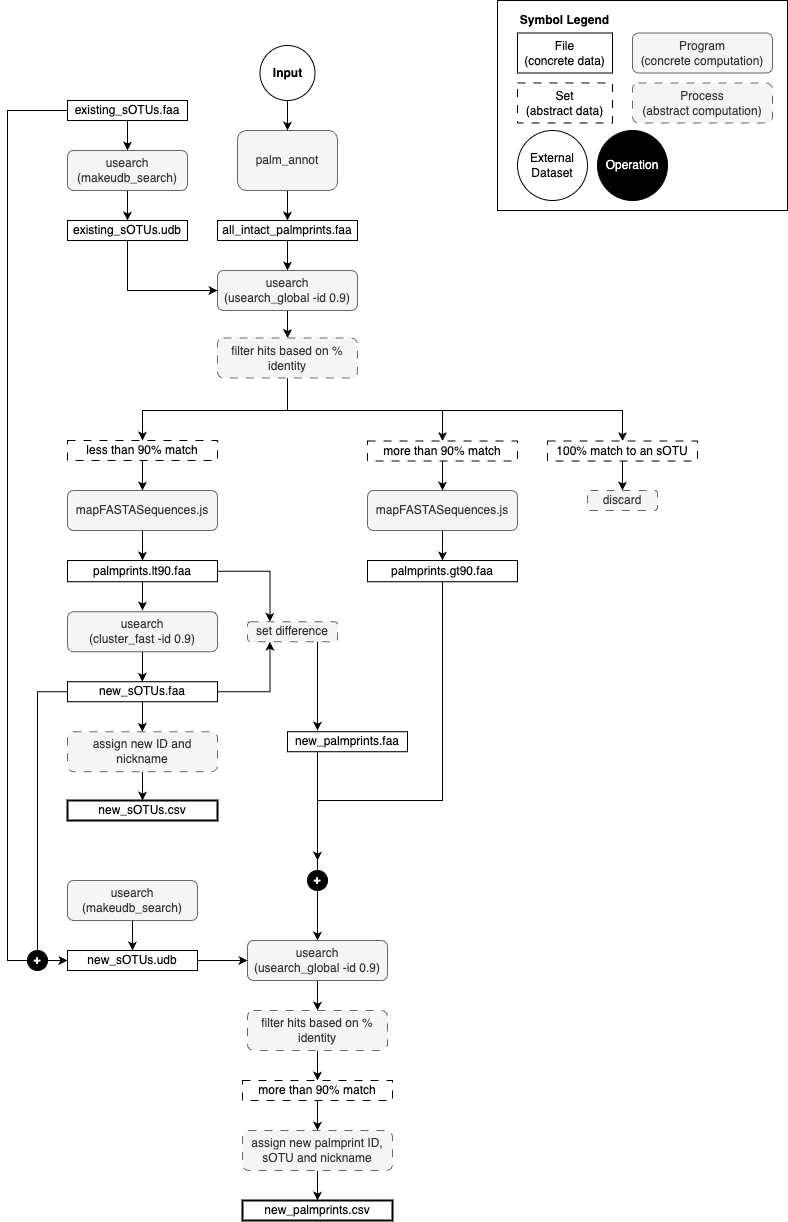
Earlier version of the draw.io export script/palmdb/sOTU Assigment Workflow.png (serratus-bio/logan-backend). Source tidied: cells renumbered, new cells last; positions are measured from the earlier drawing's top-left corner, leaving out a move shared by most shapes.
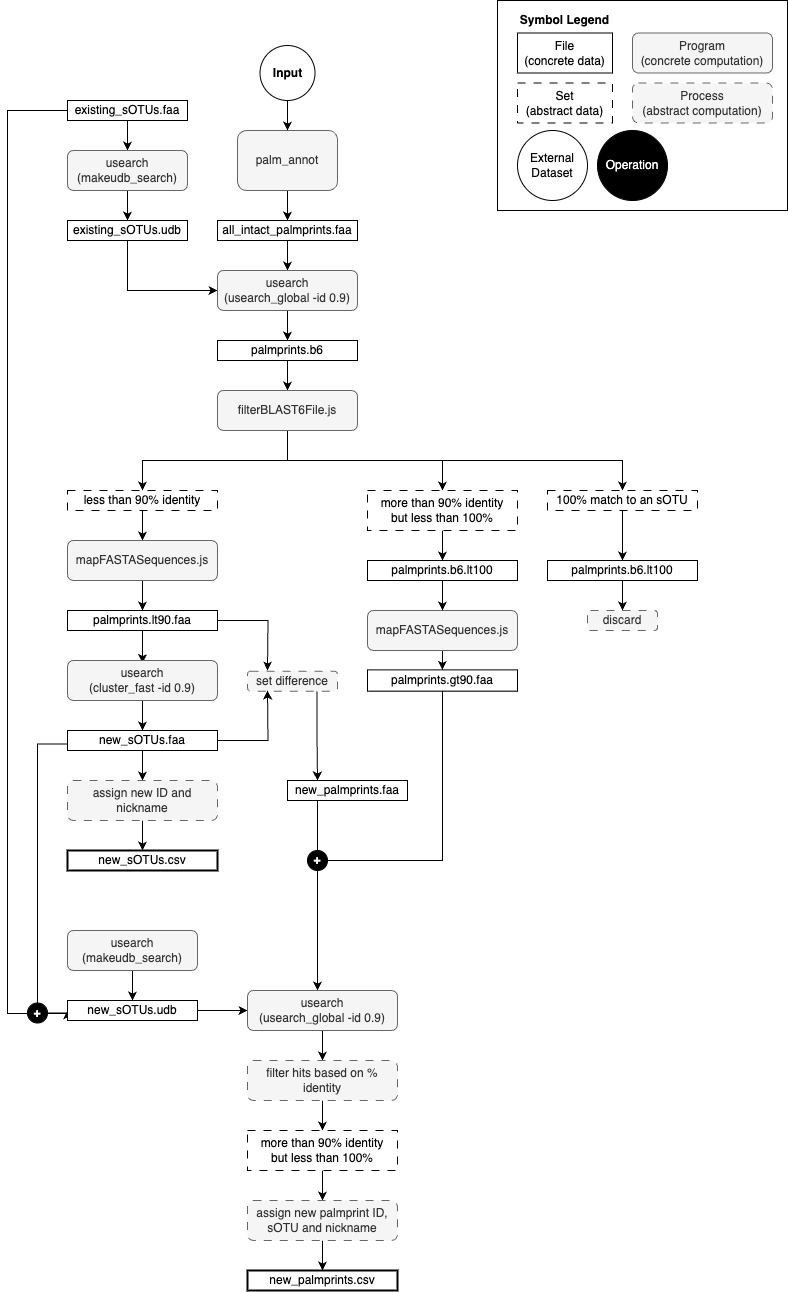
The same diagram one commit later.

What changed in the source:
```diff
@@ -34,3 +34,4 @@
           <mxPoint y="110" />
-          <mxPoint y="960" />
+          <mxPoint y="1013" />
+          <mxPoint x="60" y="1013" />
         </Array>
@@ -57,5 +58,5 @@
     </mxCell>
-    <mxCell id="16" style="edgeStyle=orthogonalEdgeStyle;rounded=0;jettySize=auto;html=1;entryX=0.5;entryY=0;entryDx=0;entryDy=0;" parent="1" edge="1" source="17" target="29">
-      <mxGeometry relative="1" as="geometry" />
-    </mxCell>
+    <mxCell id="73" style="edgeStyle=orthogonalEdgeStyle;rounded=0;jettySize=auto;html=1;entryX=0.5;entryY=0;entryDx=0;entryDy=0;" parent="1" edge="1" source="17" target="80">
+      <mxGeometry relative="1" as="geometry" />
+    </mxCell>
     <mxCell id="17" value="&lt;div&gt;usearch&lt;/div&gt;&lt;div&gt;(usearch_global -id 0.9)&lt;br&gt;&lt;/div&gt;" style="rounded=1;whiteSpace=wrap;html=1;fillColor=#f5f5f5;strokeColor=#666666;fontColor=#333333;" parent="1" vertex="1">
@@ -84,10 +85,11 @@
     </mxCell>
-    <mxCell id="25" value="&lt;div&gt;&lt;span style=&quot;background-color: initial;&quot;&gt;less than 90% match&lt;/span&gt;&lt;br&gt;&lt;/div&gt;" style="rounded=0;whiteSpace=wrap;html=1;dashed=1;dashPattern=8 8;" parent="1" vertex="1">
-      <mxGeometry x="60" y="440" width="150" height="20" as="geometry" />
+    <mxCell id="25" value="&lt;div&gt;&lt;span style=&quot;background-color: initial;&quot;&gt;less than 90% identity&lt;/span&gt;&lt;br&gt;&lt;/div&gt;" style="rounded=0;whiteSpace=wrap;html=1;dashed=1;dashPattern=8 8;" parent="1" vertex="1">
+      <mxGeometry x="60" y="490" width="150" height="20" as="geometry" />
     </mxCell>
-    <mxCell id="26" style="edgeStyle=orthogonalEdgeStyle;rounded=0;jettySize=auto;html=1;entryX=0.5;entryY=0;entryDx=0;entryDy=0;" parent="1" edge="1" source="29" target="25">
+    <mxCell id="26" style="edgeStyle=orthogonalEdgeStyle;rounded=0;jettySize=auto;html=1;entryX=0.5;entryY=0;entryDx=0;entryDy=0;" parent="1" edge="1" target="25">
       <mxGeometry relative="1" as="geometry">
+        <mxPoint x="280" y="430" as="sourcePoint" />
         <Array as="points">
-          <mxPoint x="280" y="410" />
-          <mxPoint x="135" y="410" />
+          <mxPoint x="280" y="460" />
+          <mxPoint x="135" y="460" />
         </Array>
@@ -95,7 +97,8 @@
     </mxCell>
-    <mxCell id="27" style="edgeStyle=orthogonalEdgeStyle;rounded=0;jettySize=auto;html=1;entryX=0.5;entryY=0;entryDx=0;entryDy=0;" parent="1" edge="1" source="29" target="44">
+    <mxCell id="27" style="edgeStyle=orthogonalEdgeStyle;rounded=0;jettySize=auto;html=1;entryX=0.5;entryY=0;entryDx=0;entryDy=0;" parent="1" edge="1" target="44">
       <mxGeometry relative="1" as="geometry">
+        <mxPoint x="280" y="430" as="sourcePoint" />
         <Array as="points">
-          <mxPoint x="280" y="410" />
-          <mxPoint x="435" y="410" />
+          <mxPoint x="280" y="460" />
+          <mxPoint x="435" y="460" />
         </Array>
@@ -103,7 +106,8 @@
     </mxCell>
-    <mxCell id="28" style="edgeStyle=orthogonalEdgeStyle;rounded=0;jettySize=auto;html=1;entryX=0.5;entryY=0;entryDx=0;entryDy=0;" parent="1" edge="1" source="29" target="50">
+    <mxCell id="28" style="edgeStyle=orthogonalEdgeStyle;rounded=0;jettySize=auto;html=1;entryX=0.5;entryY=0;entryDx=0;entryDy=0;" parent="1" edge="1" target="50">
       <mxGeometry relative="1" as="geometry">
+        <mxPoint x="280" y="430" as="sourcePoint" />
         <Array as="points">
-          <mxPoint x="280" y="410" />
-          <mxPoint x="615" y="410" />
+          <mxPoint x="280" y="460" />
+          <mxPoint x="615" y="460" />
         </Array>
@@ -111,5 +115,2 @@
     </mxCell>
-    <mxCell id="29" value="filter hits based on % identity" style="rounded=1;whiteSpace=wrap;html=1;fillColor=#f5f5f5;strokeColor=#666666;fontColor=#333333;dashed=1;dashPattern=8 8;" parent="1" vertex="1">
-      <mxGeometry x="210" y="337.5" width="140" height="40" as="geometry" />
-    </mxCell>
     <mxCell id="30" style="edgeStyle=orthogonalEdgeStyle;rounded=0;jettySize=auto;html=1;entryX=0.5;entryY=0;entryDx=0;entryDy=0;" parent="1" edge="1" source="31" target="34">
@@ -118,14 +119,16 @@
     <mxCell id="31" value="mapFASTASequences.js" style="rounded=1;whiteSpace=wrap;html=1;fillColor=#f5f5f5;strokeColor=#666666;fontColor=#333333;" parent="1" vertex="1">
-      <mxGeometry x="60" y="490" width="150" height="40" as="geometry" />
+      <mxGeometry x="60" y="540" width="150" height="40" as="geometry" />
     </mxCell>
-    <mxCell id="32" style="edgeStyle=orthogonalEdgeStyle;rounded=0;jettySize=auto;html=1;entryX=0.25;entryY=0;entryDx=0;entryDy=0;" parent="1" edge="1" source="34" target="52">
-      <mxGeometry relative="1" as="geometry" />
-    </mxCell>
     <mxCell id="33" style="edgeStyle=orthogonalEdgeStyle;rounded=0;jettySize=auto;html=1;" parent="1" edge="1" source="34">
       <mxGeometry relative="1" as="geometry">
-        <mxPoint x="135" y="610" as="targetPoint" />
+        <mxPoint x="135" y="662.5" as="targetPoint" />
       </mxGeometry>
     </mxCell>
+    <mxCell id="74" style="edgeStyle=orthogonalEdgeStyle;rounded=0;jettySize=auto;html=1;" parent="1" edge="1" source="34">
+      <mxGeometry relative="1" as="geometry">
+        <mxPoint x="260" y="670" as="targetPoint" />
+      </mxGeometry>
+    </mxCell>
     <mxCell id="34" value="&lt;div&gt;palmprints.lt90.faa&lt;/div&gt;" style="rounded=0;whiteSpace=wrap;html=1;" parent="1" vertex="1">
-      <mxGeometry x="60" y="560" width="150" height="21.2" as="geometry" />
+      <mxGeometry x="60" y="610" width="150" height="20" as="geometry" />
     </mxCell>
@@ -135,3 +138,3 @@
     <mxCell id="36" value="&lt;div&gt;usearch&lt;/div&gt;&lt;div&gt;(cluster_fast -id 0.9)&lt;br&gt;&lt;/div&gt;" style="rounded=1;whiteSpace=wrap;html=1;fillColor=#f5f5f5;strokeColor=#666666;fontColor=#333333;" parent="1" vertex="1">
-      <mxGeometry x="60" y="611.2" width="150" height="40" as="geometry" />
+      <mxGeometry x="60" y="660" width="150" height="40" as="geometry" />
     </mxCell>
@@ -140,5 +143,2 @@
     </mxCell>
-    <mxCell id="38" style="edgeStyle=orthogonalEdgeStyle;rounded=0;jettySize=auto;html=1;entryX=0.25;entryY=1;entryDx=0;entryDy=0;" parent="1" edge="1" source="40" target="52">
-      <mxGeometry relative="1" as="geometry" />
-    </mxCell>
     <mxCell id="39" style="edgeStyle=orthogonalEdgeStyle;rounded=0;jettySize=auto;html=1;entryX=0;entryY=0.5;entryDx=0;entryDy=0;" parent="1" edge="1" source="40" target="58">
@@ -146,4 +146,4 @@
         <Array as="points">
-          <mxPoint x="30" y="691" />
-          <mxPoint x="30" y="960" />
+          <mxPoint x="30" y="743.5" />
+          <mxPoint x="30" y="1012.5" />
         </Array>
@@ -152,3 +152,3 @@
     <mxCell id="40" value="&lt;div&gt;new_sOTUs.faa&lt;/div&gt;" style="rounded=0;whiteSpace=wrap;html=1;" parent="1" vertex="1">
-      <mxGeometry x="60" y="681.2" width="150" height="20" as="geometry" />
+      <mxGeometry x="60" y="730" width="150" height="20" as="geometry" />
     </mxCell>
@@ -158,9 +158,9 @@
     <mxCell id="42" value="assign new ID and nickname" style="rounded=1;whiteSpace=wrap;html=1;fillColor=#f5f5f5;strokeColor=#666666;fontColor=#333333;dashed=1;dashPattern=8 8;" parent="1" vertex="1">
-      <mxGeometry x="60" y="731.2" width="150" height="40" as="geometry" />
+      <mxGeometry x="60" y="780" width="150" height="40" as="geometry" />
     </mxCell>
-    <mxCell id="43" style="edgeStyle=orthogonalEdgeStyle;rounded=0;jettySize=auto;html=1;entryX=0.5;entryY=0;entryDx=0;entryDy=0;" parent="1" edge="1" source="44" target="46">
-      <mxGeometry relative="1" as="geometry" />
-    </mxCell>
+    <mxCell id="75" style="edgeStyle=orthogonalEdgeStyle;rounded=0;jettySize=auto;html=1;entryX=0.5;entryY=0;entryDx=0;entryDy=0;" parent="1" edge="1" source="44" target="83">
+      <mxGeometry relative="1" as="geometry" />
+    </mxCell>
-    <mxCell id="44" value="&lt;div&gt;&lt;span style=&quot;background-color: initial;&quot;&gt;more than 90% match&lt;/span&gt;&lt;br&gt;&lt;/div&gt;" style="rounded=0;whiteSpace=wrap;html=1;dashed=1;dashPattern=8 8;" parent="1" vertex="1">
-      <mxGeometry x="360" y="440.6" width="150" height="20" as="geometry" />
+    <mxCell id="44" value="&lt;div&gt;&lt;span style=&quot;background-color: initial;&quot;&gt;more than 90% identity&lt;/span&gt;&lt;br&gt;&lt;/div&gt;&lt;div&gt;&lt;span style=&quot;background-color: initial;&quot;&gt;but less than 100%&lt;/span&gt;&lt;/div&gt;" style="rounded=0;whiteSpace=wrap;html=1;dashed=1;dashPattern=8 8;" parent="1" vertex="1">
+      <mxGeometry x="360" y="490" width="150" height="40" as="geometry" />
     </mxCell>
@@ -170,27 +170,30 @@
     <mxCell id="46" value="mapFASTASequences.js" style="rounded=1;whiteSpace=wrap;html=1;fillColor=#f5f5f5;strokeColor=#666666;fontColor=#333333;" parent="1" vertex="1">
-      <mxGeometry x="360" y="490" width="150" height="40" as="geometry" />
+      <mxGeometry x="360" y="610" width="150" height="40" as="geometry" />
     </mxCell>
-    <mxCell id="47" style="edgeStyle=orthogonalEdgeStyle;rounded=0;jettySize=auto;html=1;" parent="1" edge="1" source="48">
-      <mxGeometry relative="1" as="geometry">
-        <mxPoint x="310" y="860" as="targetPoint" />
-        <Array as="points">
-          <mxPoint x="435" y="800" />
-          <mxPoint x="310" y="800" />
-        </Array>
-      </mxGeometry>
-    </mxCell>
+    <mxCell id="76" style="edgeStyle=orthogonalEdgeStyle;rounded=0;jettySize=auto;html=1;" parent="1" edge="1" source="48">
+      <mxGeometry relative="1" as="geometry">
+        <mxPoint x="310" y="990" as="targetPoint" />
+        <Array as="points">
+          <mxPoint x="435" y="860" />
+          <mxPoint x="310" y="860" />
+        </Array>
+      </mxGeometry>
+    </mxCell>
     <mxCell id="48" value="&lt;div&gt;palmprints.gt90.faa&lt;/div&gt;" style="rounded=0;whiteSpace=wrap;html=1;" parent="1" vertex="1">
-      <mxGeometry x="360" y="560" width="150" height="21.2" as="geometry" />
+      <mxGeometry x="360" y="669.4" width="150" height="21.2" as="geometry" />
     </mxCell>
-    <mxCell id="49" style="edgeStyle=orthogonalEdgeStyle;rounded=0;jettySize=auto;html=1;entryX=0.5;entryY=0;entryDx=0;entryDy=0;" parent="1" edge="1" source="50" target="51">
-      <mxGeometry relative="1" as="geometry" />
-    </mxCell>
+    <mxCell id="77" style="edgeStyle=orthogonalEdgeStyle;rounded=0;jettySize=auto;html=1;entryX=0.5;entryY=0;entryDx=0;entryDy=0;" parent="1" edge="1" source="50" target="85">
+      <mxGeometry relative="1" as="geometry" />
+    </mxCell>
     <mxCell id="50" value="&lt;div&gt;&lt;span style=&quot;background-color: initial;&quot;&gt;100% match to an sOTU&lt;/span&gt;&lt;br&gt;&lt;/div&gt;" style="rounded=0;whiteSpace=wrap;html=1;dashed=1;dashPattern=8 8;" parent="1" vertex="1">
-      <mxGeometry x="540" y="440.6" width="150" height="20" as="geometry" />
+      <mxGeometry x="540" y="490" width="150" height="20" as="geometry" />
     </mxCell>
     <mxCell id="51" value="discard" style="rounded=1;whiteSpace=wrap;html=1;fillColor=#f5f5f5;strokeColor=#666666;fontColor=#333333;dashed=1;dashPattern=8 8;" parent="1" vertex="1">
-      <mxGeometry x="580" y="490" width="70" height="20" as="geometry" />
+      <mxGeometry x="580" y="610" width="70" height="20" as="geometry" />
     </mxCell>
+    <mxCell id="78" style="edgeStyle=orthogonalEdgeStyle;rounded=0;jettySize=auto;html=1;exitX=0.772;exitY=1.006;exitDx=0;exitDy=0;entryX=0.25;entryY=0;entryDx=0;entryDy=0;exitPerimeter=0;" parent="1" edge="1" source="52" target="54">
+      <mxGeometry relative="1" as="geometry" />
+    </mxCell>
     <mxCell id="52" value="set difference" style="rounded=1;whiteSpace=wrap;html=1;fillColor=#f5f5f5;strokeColor=#666666;fontColor=#333333;dashed=1;dashPattern=8 8;" parent="1" vertex="1">
-      <mxGeometry x="240" y="621.2" width="90" height="20" as="geometry" />
+      <mxGeometry x="240" y="670.6" width="90" height="20" as="geometry" />
     </mxCell>
@@ -199,4 +202,4 @@
         <Array as="points">
-          <mxPoint x="310" y="780" />
-          <mxPoint x="310" y="780" />
+          <mxPoint x="310" y="832.5" />
+          <mxPoint x="310" y="832.5" />
         </Array>
@@ -205,3 +208,3 @@
     <mxCell id="54" value="&lt;div&gt;new_palmprints.faa&lt;/div&gt;" style="rounded=0;whiteSpace=wrap;html=1;" parent="1" vertex="1">
-      <mxGeometry x="280" y="731.2" width="120" height="20" as="geometry" />
+      <mxGeometry x="280" y="780" width="120" height="20" as="geometry" />
     </mxCell>
@@ -211,3 +214,3 @@
     <mxCell id="56" value="&lt;div&gt;usearch&lt;/div&gt;&lt;div&gt;(makeudb_search)&lt;br&gt;&lt;/div&gt;" style="rounded=1;whiteSpace=wrap;html=1;fillColor=#f5f5f5;strokeColor=#666666;fontColor=#333333;" parent="1" vertex="1">
-      <mxGeometry x="60" y="880" width="130" height="40" as="geometry" />
+      <mxGeometry x="60" y="930" width="130" height="40" as="geometry" />
     </mxCell>
@@ -217,3 +220,3 @@
     <mxCell id="58" value="&lt;div&gt;new_sOTUs.udb&lt;/div&gt;" style="rounded=0;whiteSpace=wrap;html=1;" parent="1" vertex="1">
-      <mxGeometry x="60" y="950" width="130" height="20" as="geometry" />
+      <mxGeometry x="60" y="1000" width="130" height="20" as="geometry" />
     </mxCell>
@@ -223,3 +226,3 @@
     <mxCell id="60" value="&lt;b&gt;+&lt;/b&gt;" style="ellipse;whiteSpace=wrap;html=1;fillStyle=auto;fillColor=#000000;fontColor=#FFFFFF;" parent="1" vertex="1">
-      <mxGeometry x="20" y="950" width="20" height="20" as="geometry" />
+      <mxGeometry x="20" y="1002.5" width="20" height="20" as="geometry" />
     </mxCell>
@@ -229,16 +232,7 @@
     <mxCell id="62" value="&lt;div&gt;usearch&lt;/div&gt;&lt;div&gt;(usearch_global -id 0.9)&lt;br&gt;&lt;/div&gt;" style="rounded=1;whiteSpace=wrap;html=1;fillColor=#f5f5f5;strokeColor=#666666;fontColor=#333333;" parent="1" vertex="1">
-      <mxGeometry x="240" y="940" width="140" height="40" as="geometry" />
+      <mxGeometry x="240" y="990" width="150" height="40" as="geometry" />
     </mxCell>
     <mxCell id="63" value="&lt;b&gt;+&lt;/b&gt;" style="ellipse;whiteSpace=wrap;html=1;fillStyle=auto;fillColor=#000000;fontColor=#FFFFFF;" parent="1" vertex="1">
-      <mxGeometry x="300" y="870" width="20" height="20" as="geometry" />
+      <mxGeometry x="300" y="850" width="20" height="20" as="geometry" />
     </mxCell>
-    <mxCell id="64" style="edgeStyle=orthogonalEdgeStyle;rounded=0;jettySize=auto;html=1;" parent="1" edge="1" source="52">
-      <mxGeometry relative="1" as="geometry">
-        <mxPoint x="310" y="730" as="targetPoint" />
-        <Array as="points">
-          <mxPoint x="310" y="660" />
-          <mxPoint x="310" y="660" />
-        </Array>
-      </mxGeometry>
-    </mxCell>
     <mxCell id="65" style="edgeStyle=orthogonalEdgeStyle;rounded=0;jettySize=auto;html=1;entryX=0.5;entryY=0;entryDx=0;entryDy=0;" parent="1" edge="1" source="66" target="68">
@@ -247,3 +241,3 @@
     <mxCell id="66" value="filter hits based on % identity" style="rounded=1;whiteSpace=wrap;html=1;fillColor=#f5f5f5;strokeColor=#666666;fontColor=#333333;dashed=1;dashPattern=8 8;" parent="1" vertex="1">
-      <mxGeometry x="240" y="1010" width="140" height="40" as="geometry" />
+      <mxGeometry x="240" y="1060" width="150" height="40" as="geometry" />
     </mxCell>
@@ -252,4 +246,4 @@
     </mxCell>
-    <mxCell id="68" value="&lt;div&gt;&lt;span style=&quot;background-color: initial;&quot;&gt;more than 90% match&lt;/span&gt;&lt;br&gt;&lt;/div&gt;" style="rounded=0;whiteSpace=wrap;html=1;dashed=1;dashPattern=8 8;" parent="1" vertex="1">
-      <mxGeometry x="235" y="1080" width="150" height="20" as="geometry" />
+    <mxCell id="68" value="&lt;div&gt;&lt;span style=&quot;background-color: initial;&quot;&gt;more than 90% identity&lt;/span&gt;&lt;br&gt;&lt;/div&gt;&lt;div&gt;&lt;span style=&quot;background-color: initial;&quot;&gt;but less than 100%&lt;/span&gt;&lt;/div&gt;" style="rounded=0;whiteSpace=wrap;html=1;dashed=1;dashPattern=8 8;" parent="1" vertex="1">
+      <mxGeometry x="240" y="1130" width="150" height="40" as="geometry" />
     </mxCell>
@@ -259,10 +253,38 @@
     <mxCell id="70" value="assign new palmprint ID, sOTU and nickname" style="rounded=1;whiteSpace=wrap;html=1;fillColor=#f5f5f5;strokeColor=#666666;fontColor=#333333;dashed=1;dashPattern=8 8;" parent="1" vertex="1">
-      <mxGeometry x="235" y="1130" width="150" height="40" as="geometry" />
+      <mxGeometry x="240" y="1200" width="150" height="40" as="geometry" />
     </mxCell>
     <mxCell id="71" value="&lt;div&gt;new_sOTUs.csv&lt;/div&gt;" style="rounded=0;whiteSpace=wrap;html=1;strokeWidth=2;" parent="1" vertex="1">
-      <mxGeometry x="60" y="800" width="150" height="20" as="geometry" />
+      <mxGeometry x="60" y="850" width="150" height="20" as="geometry" />
     </mxCell>
     <mxCell id="72" value="&lt;div&gt;new_palmprints.csv&lt;/div&gt;" style="rounded=0;whiteSpace=wrap;html=1;strokeWidth=2;" parent="1" vertex="1">
-      <mxGeometry x="235" y="1200" width="150" height="20" as="geometry" />
+      <mxGeometry x="240" y="1270" width="150" height="20" as="geometry" />
     </mxCell>
+    <mxCell id="79" style="edgeStyle=orthogonalEdgeStyle;rounded=0;jettySize=auto;html=1;entryX=0.5;entryY=0;entryDx=0;entryDy=0;" parent="1" edge="1" source="80">
+      <mxGeometry relative="1" as="geometry">
+        <mxPoint x="280" y="390" as="targetPoint" />
+      </mxGeometry>
+    </mxCell>
+    <mxCell id="80" value="&lt;div&gt;palmprints.b6&lt;/div&gt;" style="rounded=0;whiteSpace=wrap;html=1;" parent="1" vertex="1">
+      <mxGeometry x="210" y="340" width="140" height="20" as="geometry" />
+    </mxCell>
+    <mxCell id="81" value="filterBLAST6File.js" style="rounded=1;whiteSpace=wrap;html=1;fillColor=#f5f5f5;strokeColor=#666666;fontColor=#333333;" parent="1" vertex="1">
+      <mxGeometry x="210" y="390" width="140" height="40" as="geometry" />
+    </mxCell>
+    <mxCell id="82" style="edgeStyle=orthogonalEdgeStyle;rounded=0;jettySize=auto;html=1;entryX=0.5;entryY=0;entryDx=0;entryDy=0;" parent="1" edge="1" source="83" target="46">
+      <mxGeometry relative="1" as="geometry" />
+    </mxCell>
+    <mxCell id="83" value="&lt;div&gt;palmprints.b6.lt100&lt;/div&gt;" style="rounded=0;whiteSpace=wrap;html=1;" parent="1" vertex="1">
+      <mxGeometry x="360" y="560" width="150" height="20" as="geometry" />
+    </mxCell>
+    <mxCell id="84" style="edgeStyle=orthogonalEdgeStyle;rounded=0;jettySize=auto;html=1;entryX=0.5;entryY=0;entryDx=0;entryDy=0;" parent="1" edge="1" source="85" target="51">
+      <mxGeometry relative="1" as="geometry" />
+    </mxCell>
+    <mxCell id="85" value="&lt;div&gt;palmprints.b6.lt100&lt;/div&gt;" style="rounded=0;whiteSpace=wrap;html=1;" parent="1" vertex="1">
+      <mxGeometry x="540" y="560" width="150" height="20" as="geometry" />
+    </mxCell>
+    <mxCell id="86" style="edgeStyle=orthogonalEdgeStyle;rounded=0;jettySize=auto;html=1;" parent="1" edge="1" source="40">
+      <mxGeometry relative="1" as="geometry">
+        <mxPoint x="260" y="690" as="targetPoint" />
+      </mxGeometry>
+    </mxCell>
   </root>
```
